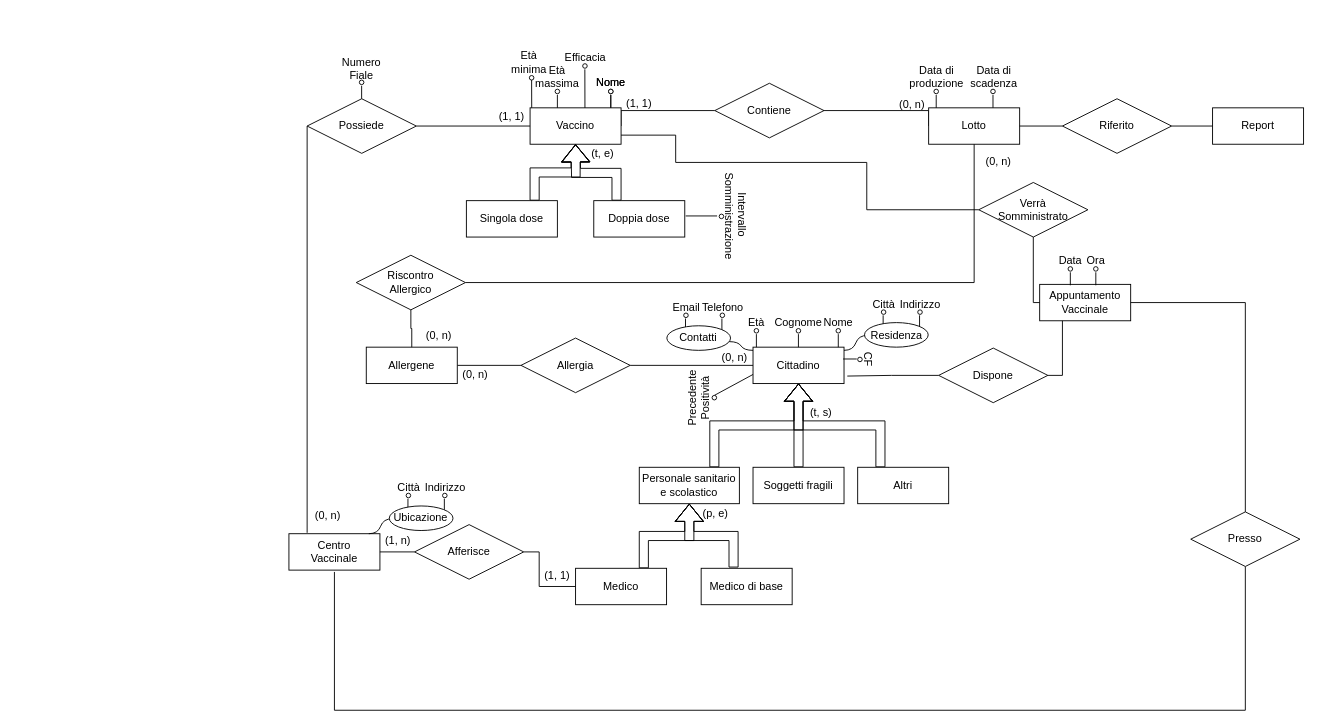
Earlier version of the draw.io diagram testER.drawio (TheFlonet/DB). Source tidied: cells renumbered, new cells numbered last; positions are measured from the earlier drawing's top-left corner, leaving out a move shared by most shapes. Both pictures are drawn from the tidied source at 91%, with x=0, y=0 at pixel (288, 52).
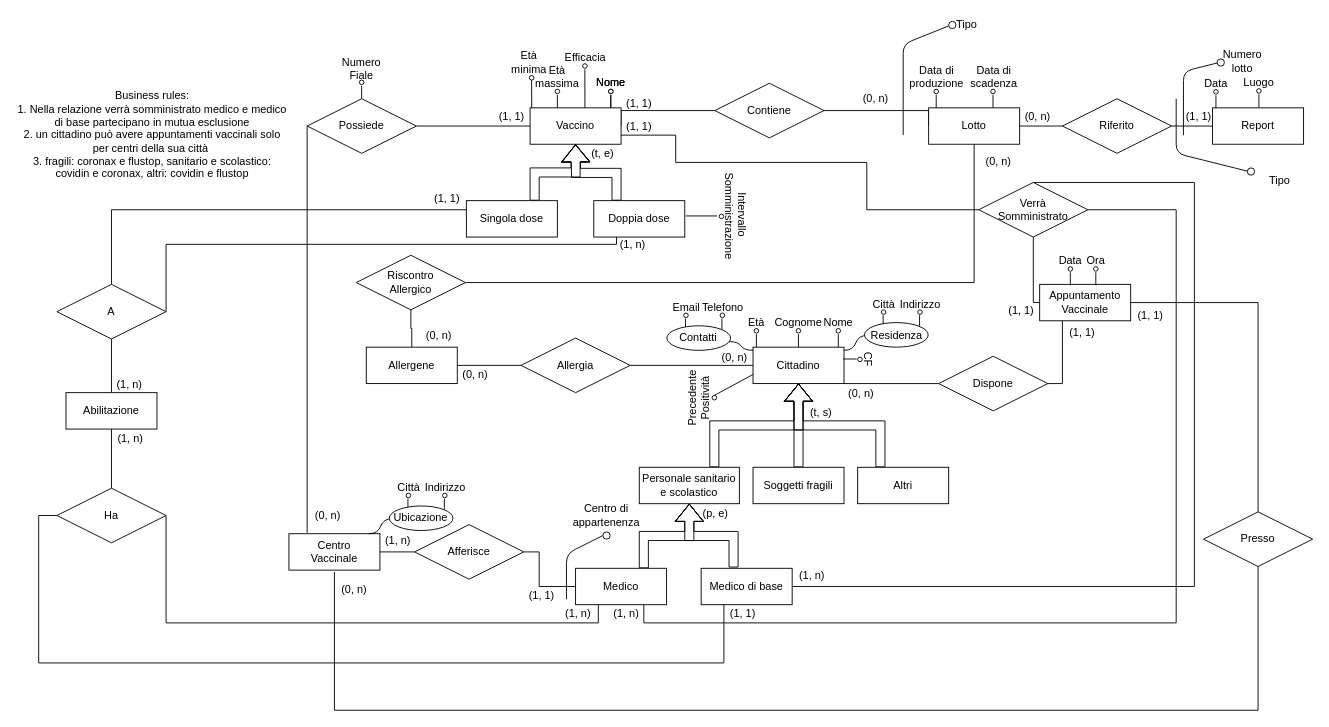
After the change.

Commit message (it also covers changes not shown here):
completato schema ER e iniziata tabella dei volumi

completata tabella dei volumi e iniziata tabella delle operazioni + completato schema ER con regole di business

Unchanged cells that the change refers to:
```xml
<mxCell id="2" value="Cittadino" style="whiteSpace=wrap;html=1;align=center;" parent="1" vertex="1">
  <mxGeometry x="510" y="324" width="100" height="40" as="geometry" />
</mxCell>
<mxCell id="11" value="Medico di base" style="whiteSpace=wrap;html=1;align=center;" parent="1" vertex="1">
  <mxGeometry x="453" y="567" width="100" height="40" as="geometry" />
</mxCell>
<mxCell id="13" value="Medico" style="whiteSpace=wrap;html=1;align=center;" parent="1" vertex="1">
  <mxGeometry x="315" y="567" width="100" height="40" as="geometry" />
</mxCell>
<mxCell id="15" value="Appuntamento&lt;br&gt;Vaccinale" style="whiteSpace=wrap;html=1;align=center;" parent="1" vertex="1">
  <mxGeometry x="825" y="255" width="100" height="40" as="geometry" />
</mxCell>
<mxCell id="106" value="Singola dose" style="whiteSpace=wrap;html=1;align=center;" parent="1" vertex="1">
  <mxGeometry x="195" y="163" width="100" height="40" as="geometry" />
</mxCell>
<mxCell id="108" value="Doppia dose" style="whiteSpace=wrap;html=1;align=center;" parent="1" vertex="1">
  <mxGeometry x="335" y="163" width="100" height="40" as="geometry" />
</mxCell>
<mxCell id="160" value="Verrà &lt;br&gt;Somministrato" style="shape=rhombus;perimeter=rhombusPerimeter;whiteSpace=wrap;html=1;align=center;" parent="1" vertex="1">
  <mxGeometry x="758" y="143" width="120" height="60" as="geometry" />
</mxCell>
```

What changed in the source:
```diff
@@
+    <mxCell id="174" style="edgeStyle=orthogonalEdgeStyle;rounded=0;jettySize=auto;html=1;exitX=1;exitY=0.5;exitDx=0;exitDy=0;entryX=0.5;entryY=0;entryDx=0;entryDy=0;endArrow=none;endFill=0;" parent="1" edge="1" source="11" target="160">
+      <mxGeometry relative="1" as="geometry">
+        <Array as="points">
+          <mxPoint x="995" y="587" />
+          <mxPoint x="995" y="143" />
+        </Array>
+      </mxGeometry>
+    </mxCell>
+    <mxCell id="175" style="edgeStyle=orthogonalEdgeStyle;rounded=0;jettySize=auto;html=1;exitX=0.25;exitY=1;exitDx=0;exitDy=0;entryX=0;entryY=0.5;entryDx=0;entryDy=0;endArrow=none;endFill=0;" parent="1" edge="1" source="11" target="194">
+      <mxGeometry relative="1" as="geometry">
+        <Array as="points">
+          <mxPoint x="478" y="671" />
+          <mxPoint x="-275" y="671" />
+          <mxPoint x="-275" y="509" />
+        </Array>
+      </mxGeometry>
+    </mxCell>
@@
+    <mxCell id="176" style="edgeStyle=orthogonalEdgeStyle;rounded=0;jettySize=auto;html=1;exitX=0.75;exitY=1;exitDx=0;exitDy=0;entryX=1;entryY=0.5;entryDx=0;entryDy=0;endArrow=none;endFill=0;" parent="1" edge="1" source="13" target="160">
+      <mxGeometry relative="1" as="geometry">
+        <Array as="points">
+          <mxPoint x="390" y="627" />
+          <mxPoint x="975" y="627" />
+          <mxPoint x="975" y="173" />
+        </Array>
+      </mxGeometry>
+    </mxCell>
+    <mxCell id="177" style="edgeStyle=orthogonalEdgeStyle;rounded=0;jettySize=auto;html=1;exitX=0.25;exitY=1;exitDx=0;exitDy=0;entryX=1;entryY=0.5;entryDx=0;entryDy=0;endArrow=none;endFill=0;" parent="1" edge="1" source="13" target="194">
+      <mxGeometry relative="1" as="geometry">
+        <Array as="points">
+          <mxPoint x="340" y="627" />
+          <mxPoint x="-135" y="627" />
+        </Array>
+      </mxGeometry>
+    </mxCell>
@@
     <mxCell id="73" value="(1, 1)" style="text;html=1;strokeColor=none;fillColor=none;align=center;verticalAlign=middle;whiteSpace=wrap;rounded=0;" parent="1" vertex="1">
-      <mxGeometry x="275" y="565" width="40" height="20" as="geometry" />
+      <mxGeometry x="258" y="587" width="40" height="20" as="geometry" />
     </mxCell>
@@
     <mxCell id="86" value="(0, n)" style="text;html=1;strokeColor=none;fillColor=none;align=center;verticalAlign=middle;whiteSpace=wrap;rounded=0;" parent="1" vertex="1">
-      <mxGeometry x="665" y="48" width="40" height="20" as="geometry" />
+      <mxGeometry x="625" y="40.7" width="40" height="20" as="geometry" />
     </mxCell>
@@
     <mxCell id="162" style="edgeStyle=orthogonalEdgeStyle;rounded=0;jettySize=auto;html=1;exitX=0.5;exitY=1;exitDx=0;exitDy=0;entryX=0.5;entryY=1;entryDx=0;entryDy=0;endArrow=none;endFill=0;" parent="1" edge="1" source="163">
       <mxGeometry relative="1" as="geometry">
         <mxPoint x="50" y="571" as="targetPoint" />
         <Array as="points">
-          <mxPoint x="1051" y="723" />
+          <mxPoint x="1065" y="723" />
           <mxPoint x="50" y="723" />
         </Array>
       </mxGeometry>
     </mxCell>
     <mxCell id="163" value="Presso" style="shape=rhombus;perimeter=rhombusPerimeter;whiteSpace=wrap;html=1;align=center;" parent="1" vertex="1">
-      <mxGeometry x="991" y="505" width="120" height="60" as="geometry" />
+      <mxGeometry x="1005" y="505" width="120" height="60" as="geometry" />
     </mxCell>
@@
-    <mxCell id="168" style="edgeStyle=orthogonalEdgeStyle;rounded=0;jettySize=auto;html=1;exitX=0;exitY=0.5;exitDx=0;exitDy=0;entryX=1.036;entryY=0.794;entryDx=0;entryDy=0;entryPerimeter=0;endArrow=none;endFill=0;" parent="1" edge="1" source="170" target="2">
-      <mxGeometry relative="1" as="geometry" />
+    <mxCell id="168" style="edgeStyle=orthogonalEdgeStyle;rounded=0;jettySize=auto;html=1;exitX=0;exitY=0.5;exitDx=0;exitDy=0;endArrow=none;endFill=0;entryX=1;entryY=1;entryDx=0;entryDy=0;" parent="1" edge="1" source="170" target="2">
+      <mxGeometry relative="1" as="geometry">
+        <Array as="points">
+          <mxPoint x="714" y="364" />
+        </Array>
+      </mxGeometry>
     </mxCell>
     <mxCell id="169" style="edgeStyle=orthogonalEdgeStyle;rounded=0;jettySize=auto;html=1;exitX=1;exitY=0.5;exitDx=0;exitDy=0;entryX=0.25;entryY=1;entryDx=0;entryDy=0;endArrow=none;endFill=0;" parent="1" edge="1" source="170" target="15">
       <mxGeometry relative="1" as="geometry">
         <Array as="points">
-          <mxPoint x="850" y="355" />
+          <mxPoint x="850" y="364" />
         </Array>
       </mxGeometry>
     </mxCell>
     <mxCell id="170" value="Dispone" style="shape=rhombus;perimeter=rhombusPerimeter;whiteSpace=wrap;html=1;align=center;" parent="1" vertex="1">
-      <mxGeometry x="714" y="325" width="120" height="60" as="geometry" />
+      <mxGeometry x="714" y="334" width="120" height="60" as="geometry" />
     </mxCell>
@@
+    <mxCell id="178" value="(1, 1)" style="text;html=1;strokeColor=none;fillColor=none;align=center;verticalAlign=middle;whiteSpace=wrap;rounded=0;" parent="1" vertex="1">
+      <mxGeometry x="365" y="72" width="40" height="20" as="geometry" />
+    </mxCell>
+    <mxCell id="179" value="(1, 1)" style="text;html=1;strokeColor=none;fillColor=none;align=center;verticalAlign=middle;whiteSpace=wrap;rounded=0;" parent="1" vertex="1">
+      <mxGeometry x="785" y="274" width="40" height="20" as="geometry" />
+    </mxCell>
+    <mxCell id="180" value="(1, n)" style="text;html=1;strokeColor=none;fillColor=none;align=center;verticalAlign=middle;whiteSpace=wrap;rounded=0;" parent="1" vertex="1">
+      <mxGeometry x="555" y="565" width="40" height="20" as="geometry" />
+    </mxCell>
+    <mxCell id="181" value="(1, n)" style="text;html=1;strokeColor=none;fillColor=none;align=center;verticalAlign=middle;whiteSpace=wrap;rounded=0;" parent="1" vertex="1">
+      <mxGeometry x="351" y="607" width="40" height="20" as="geometry" />
+    </mxCell>
+    <mxCell id="182" value="(1, 1)" style="text;html=1;strokeColor=none;fillColor=none;align=center;verticalAlign=middle;whiteSpace=wrap;rounded=0;" parent="1" vertex="1">
+      <mxGeometry x="852" y="298" width="40" height="20" as="geometry" />
+    </mxCell>
+    <mxCell id="183" value="(0, n)" style="text;html=1;strokeColor=none;fillColor=none;align=center;verticalAlign=middle;whiteSpace=wrap;rounded=0;" parent="1" vertex="1">
+      <mxGeometry x="609" y="365" width="40" height="20" as="geometry" />
+    </mxCell>
+    <mxCell id="184" value="(0, n)" style="text;html=1;strokeColor=none;fillColor=none;align=center;verticalAlign=middle;whiteSpace=wrap;rounded=0;" parent="1" vertex="1">
+      <mxGeometry x="803" y="61" width="40" height="20" as="geometry" />
+    </mxCell>
+    <mxCell id="185" value="(1, 1)" style="text;html=1;strokeColor=none;fillColor=none;align=center;verticalAlign=middle;whiteSpace=wrap;rounded=0;" parent="1" vertex="1">
+      <mxGeometry x="980" y="61" width="40" height="20" as="geometry" />
+    </mxCell>
+    <mxCell id="186" value="&lt;br&gt;(0, n)" style="text;html=1;strokeColor=none;fillColor=none;align=center;verticalAlign=middle;whiteSpace=wrap;rounded=0;" parent="1" vertex="1">
+      <mxGeometry x="52" y="573" width="40" height="20" as="geometry" />
+    </mxCell>
+    <mxCell id="187" value="(1, 1)" style="text;html=1;strokeColor=none;fillColor=none;align=center;verticalAlign=middle;whiteSpace=wrap;rounded=0;" parent="1" vertex="1">
+      <mxGeometry x="927" y="279" width="40" height="20" as="geometry" />
+    </mxCell>
+    <mxCell id="188" style="edgeStyle=orthogonalEdgeStyle;rounded=0;jettySize=auto;html=1;exitX=0.5;exitY=0;exitDx=0;exitDy=0;entryX=0;entryY=0.25;entryDx=0;entryDy=0;endArrow=none;endFill=0;" parent="1" edge="1" source="190" target="106">
+      <mxGeometry relative="1" as="geometry" />
+    </mxCell>
+    <mxCell id="189" style="edgeStyle=orthogonalEdgeStyle;rounded=0;jettySize=auto;html=1;exitX=1;exitY=0.5;exitDx=0;exitDy=0;entryX=0.25;entryY=1;entryDx=0;entryDy=0;endArrow=none;endFill=0;" parent="1" edge="1" source="190" target="108">
+      <mxGeometry relative="1" as="geometry">
+        <Array as="points">
+          <mxPoint x="-135" y="211" />
+          <mxPoint x="360" y="211" />
+        </Array>
+      </mxGeometry>
+    </mxCell>
+    <mxCell id="190" value="A" style="shape=rhombus;perimeter=rhombusPerimeter;whiteSpace=wrap;html=1;align=center;" parent="1" vertex="1">
+      <mxGeometry x="-255" y="255" width="120" height="60" as="geometry" />
+    </mxCell>
+    <mxCell id="191" style="edgeStyle=orthogonalEdgeStyle;rounded=0;jettySize=auto;html=1;exitX=0.5;exitY=0;exitDx=0;exitDy=0;entryX=0.5;entryY=1;entryDx=0;entryDy=0;endArrow=none;endFill=0;" parent="1" edge="1" source="192" target="190">
+      <mxGeometry relative="1" as="geometry" />
+    </mxCell>
+    <mxCell id="192" value="Abilitazione" style="whiteSpace=wrap;html=1;align=center;" parent="1" vertex="1">
+      <mxGeometry x="-245" y="374" width="100" height="40" as="geometry" />
+    </mxCell>
+    <mxCell id="193" style="edgeStyle=orthogonalEdgeStyle;rounded=0;jettySize=auto;html=1;exitX=0.5;exitY=0;exitDx=0;exitDy=0;entryX=0.5;entryY=1;entryDx=0;entryDy=0;endArrow=none;endFill=0;" parent="1" edge="1" source="194" target="192">
+      <mxGeometry relative="1" as="geometry" />
+    </mxCell>
+    <mxCell id="194" value="Ha" style="shape=rhombus;perimeter=rhombusPerimeter;whiteSpace=wrap;html=1;align=center;" parent="1" vertex="1">
+      <mxGeometry x="-255" y="479" width="120" height="60" as="geometry" />
+    </mxCell>
+    <mxCell id="195" value="(1, n)" style="text;html=1;strokeColor=none;fillColor=none;align=center;verticalAlign=middle;whiteSpace=wrap;rounded=0;" parent="1" vertex="1">
+      <mxGeometry x="-194" y="415" width="40" height="20" as="geometry" />
+    </mxCell>
+    <mxCell id="196" value="(1, n)" style="text;html=1;strokeColor=none;fillColor=none;align=center;verticalAlign=middle;whiteSpace=wrap;rounded=0;" parent="1" vertex="1">
+      <mxGeometry x="-195" y="355" width="40" height="20" as="geometry" />
+    </mxCell>
+    <mxCell id="197" value="(1, 1)" style="text;html=1;strokeColor=none;fillColor=none;align=center;verticalAlign=middle;whiteSpace=wrap;rounded=0;" parent="1" vertex="1">
+      <mxGeometry x="154" y="151" width="40" height="20" as="geometry" />
+    </mxCell>
+    <mxCell id="198" value="(1, n)" style="text;html=1;strokeColor=none;fillColor=none;align=center;verticalAlign=middle;whiteSpace=wrap;rounded=0;" parent="1" vertex="1">
+      <mxGeometry x="358" y="202" width="40" height="20" as="geometry" />
+    </mxCell>
+    <mxCell id="199" value="(1, n)" style="text;html=1;strokeColor=none;fillColor=none;align=center;verticalAlign=middle;whiteSpace=wrap;rounded=0;" parent="1" vertex="1">
+      <mxGeometry x="298" y="607" width="40" height="20" as="geometry" />
+    </mxCell>
+    <mxCell id="200" value="(1, 1)" style="text;html=1;strokeColor=none;fillColor=none;align=center;verticalAlign=middle;whiteSpace=wrap;rounded=0;" parent="1" vertex="1">
+      <mxGeometry x="479" y="607" width="40" height="20" as="geometry" />
+    </mxCell>
+    <mxCell id="201" style="group;" parent="1" vertex="1">
+      <mxGeometry x="1010" y="28.4" width="17.5" height="33" as="geometry" />
+    </mxCell>
+    <mxCell id="202" style="group;" parent="201" vertex="1">
+      <mxGeometry x="6.2" y="12.5" width="5" height="20.5" as="geometry" />
+    </mxCell>
+    <mxCell id="203" style="endArrow=none;html=1;" parent="202" edge="1">
+      <mxGeometry relative="1" as="geometry">
+        <mxPoint x="2.5" y="20.5" as="sourcePoint" />
+        <mxPoint x="2.5" y="6.2" as="targetPoint" />
+      </mxGeometry>
+    </mxCell>
+    <mxCell id="204" style="ellipse;whiteSpace=wrap;html=1;" parent="202" vertex="1">
+      <mxGeometry width="5" height="5" as="geometry" />
+    </mxCell>
+    <mxCell id="205" value="Data" style="text;html=1;strokeColor=none;fillColor=none;align=center;verticalAlign=middle;whiteSpace=wrap;rounded=0;" parent="201" vertex="1">
+      <mxGeometry width="17.5" height="12.5" as="geometry" />
+    </mxCell>
+    <mxCell id="206" style="group;" parent="1" vertex="1">
+      <mxGeometry x="1057.2" y="27.4" width="17.5" height="33" as="geometry" />
+    </mxCell>
+    <mxCell id="207" style="group;" parent="206" vertex="1">
+      <mxGeometry x="6.2" y="12.5" width="5" height="20.5" as="geometry" />
+    </mxCell>
+    <mxCell id="208" style="endArrow=none;html=1;" parent="207" edge="1">
+      <mxGeometry relative="1" as="geometry">
+        <mxPoint x="2.5" y="20.5" as="sourcePoint" />
+        <mxPoint x="2.5" y="6.2" as="targetPoint" />
+      </mxGeometry>
+    </mxCell>
+    <mxCell id="209" style="ellipse;whiteSpace=wrap;html=1;" parent="207" vertex="1">
+      <mxGeometry width="5" height="5" as="geometry" />
+    </mxCell>
+    <mxCell id="210" value="Luogo" style="text;html=1;strokeColor=none;fillColor=none;align=center;verticalAlign=middle;whiteSpace=wrap;rounded=0;" parent="206" vertex="1">
+      <mxGeometry width="17.5" height="12.5" as="geometry" />
+    </mxCell>
+    <mxCell id="211" style="endArrow=none;html=1;" parent="1" edge="1">
+      <mxGeometry relative="1" as="geometry">
+        <mxPoint x="1055" y="131" as="sourcePoint" />
+        <mxPoint x="975" y="51" as="targetPoint" />
+        <Array as="points">
+          <mxPoint x="975" y="111" />
+        </Array>
+      </mxGeometry>
+    </mxCell>
+    <mxCell id="212" style="ellipse;whiteSpace=wrap;html=1;" parent="1" vertex="1">
+      <mxGeometry x="1053.2" y="127" width="8" height="8" as="geometry" />
+    </mxCell>
+    <mxCell id="213" value="Centro di appartenenza" style="text;html=1;strokeColor=none;fillColor=none;align=center;verticalAlign=middle;whiteSpace=wrap;rounded=0;" parent="1" vertex="1">
+      <mxGeometry x="329" y="499" width="40" height="20" as="geometry" />
+    </mxCell>
+    <mxCell id="214" style="endArrow=none;html=1;" parent="1" edge="1">
+      <mxGeometry relative="1" as="geometry">
+        <mxPoint x="983" y="91" as="sourcePoint" />
+        <mxPoint x="1023" y="11" as="targetPoint" />
+        <Array as="points">
+          <mxPoint x="983" y="21" />
+        </Array>
+      </mxGeometry>
+    </mxCell>
+    <mxCell id="215" style="ellipse;whiteSpace=wrap;html=1;" parent="1" vertex="1">
+      <mxGeometry x="1020" y="7.2" width="8" height="8" as="geometry" />
+    </mxCell>
+    <mxCell id="216" value="Numero lotto" style="text;html=1;strokeColor=none;fillColor=none;align=center;verticalAlign=middle;whiteSpace=wrap;rounded=0;" parent="1" vertex="1">
+      <mxGeometry x="1027.5" width="40" height="20" as="geometry" />
+    </mxCell>
+    <mxCell id="217" style="endArrow=none;html=1;" parent="1" edge="1">
+      <mxGeometry relative="1" as="geometry">
+        <mxPoint x="675" y="91" as="sourcePoint" />
+        <mxPoint x="725" y="-29" as="targetPoint" />
+        <Array as="points">
+          <mxPoint x="675" y="-9" />
+        </Array>
+      </mxGeometry>
+    </mxCell>
+    <mxCell id="218" style="ellipse;whiteSpace=wrap;html=1;" parent="1" vertex="1">
+      <mxGeometry x="725" y="-34" width="8" height="8" as="geometry" />
+    </mxCell>
+    <mxCell id="219" value="Tipo" style="text;html=1;strokeColor=none;fillColor=none;align=center;verticalAlign=middle;whiteSpace=wrap;rounded=0;" parent="1" vertex="1">
+      <mxGeometry x="725" y="-40" width="40" height="20" as="geometry" />
+    </mxCell>
+    <mxCell id="220" style="endArrow=none;html=1;" parent="1" edge="1">
+      <mxGeometry relative="1" as="geometry">
+        <mxPoint x="305" y="601" as="sourcePoint" />
+        <mxPoint x="345" y="531" as="targetPoint" />
+        <Array as="points">
+          <mxPoint x="305" y="551" />
+        </Array>
+      </mxGeometry>
+    </mxCell>
+    <mxCell id="221" style="ellipse;whiteSpace=wrap;html=1;" parent="1" vertex="1">
+      <mxGeometry x="345" y="527" width="8" height="8" as="geometry" />
+    </mxCell>
+    <mxCell id="222" value="Tipo" style="text;html=1;strokeColor=none;fillColor=none;align=center;verticalAlign=middle;whiteSpace=wrap;rounded=0;" parent="1" vertex="1">
+      <mxGeometry x="1069.2" y="131" width="40" height="20" as="geometry" />
+    </mxCell>
+    <mxCell id="223" value="Business rules:&lt;br&gt;1. Nella relazione verrà somministrato medico e medico di base partecipano in mutua esclusione&lt;br&gt;2. un cittadino può avere appuntamenti vaccinali solo per centri della sua città&amp;nbsp;&lt;br&gt;3. fragili: coronax e flustop, sanitario e scolastico: covidin e coronax, altri: covidin e flustop" style="text;html=1;strokeColor=none;fillColor=none;align=center;verticalAlign=middle;whiteSpace=wrap;rounded=0;" parent="1" vertex="1">
+      <mxGeometry x="-300" y="25.5" width="300" height="131" as="geometry" />
+    </mxCell>
```
